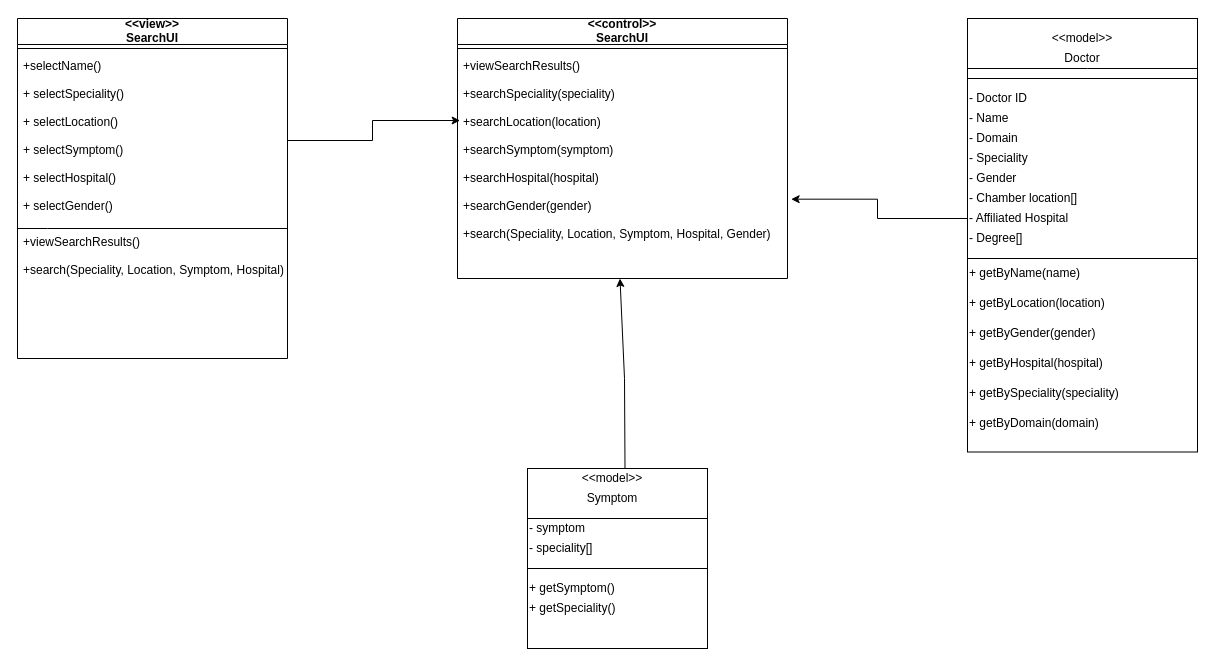
Earlier version of the draw.io diagram page "Search" (2 of 5) of Untitled Diagram.drawio (SaffatZabin-17/CSE-326-Information-System-Design-Sessional-). Source tidied: cells renumbered, new cells numbered last; positions are measured from the earlier drawing's top-left corner, leaving out a move shared by most shapes. Both pictures are drawn from the tidied source at 100%, with x=0, y=0 at pixel (17, 18).
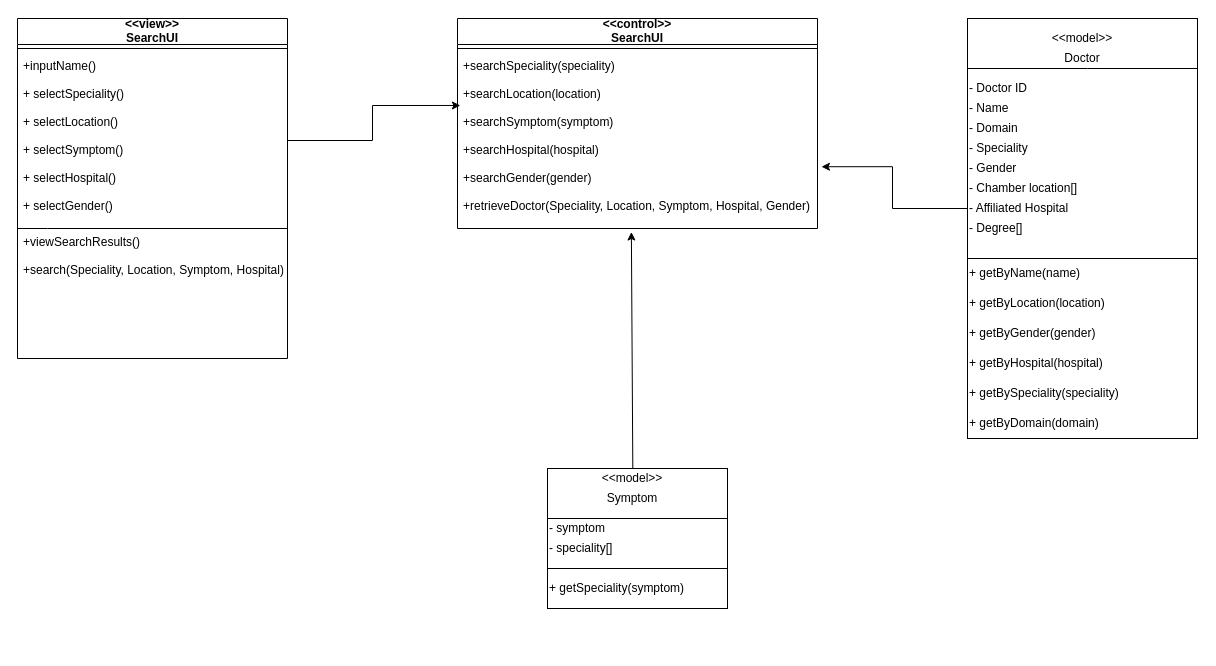
The same page after the edit.

The change refers to these unchanged cells:
```xml
<mxCell id="2" value="&lt;&lt;view&gt;&gt;&#10;SearchUI&#10;" style="swimlane;fontStyle=1;align=center;verticalAlign=middle;horizontal=1;startSize=26;rounded=0;shadow=0;strokeWidth=1;spacing=6;spacingTop=12;" parent="1" vertex="1">
  <mxGeometry width="270" height="340" as="geometry" />
</mxCell>
```

The edit, as a diff of the source:
```diff
@@
-    <mxCell id="4" value="+selectName()&#10;&#10;+ selectSpeciality()&#10;&#10;+ selectLocation()&#10;&#10;+ selectSymptom()&#10;&#10;+ selectHospital()&#10;&#10;+ selectGender()" style="text;align=left;verticalAlign=top;spacingLeft=4;spacingRight=4;overflow=hidden;points=[[0,0.5],[1,0.5]];portConstraint=eastwest;" parent="2" vertex="1">
+    <mxCell id="4" value="+inputName()&#10;&#10;+ selectSpeciality()&#10;&#10;+ selectLocation()&#10;&#10;+ selectSymptom()&#10;&#10;+ selectHospital()&#10;&#10;+ selectGender()" style="text;align=left;verticalAlign=top;spacingLeft=4;spacingRight=4;overflow=hidden;points=[[0,0.5],[1,0.5]];portConstraint=eastwest;" parent="2" vertex="1">
       <mxGeometry y="34" width="270" height="176" as="geometry" />
     </mxCell>
@@
     <mxCell id="7" style="rounded=0;whiteSpace=wrap;html=1;" parent="1" vertex="1">
-      <mxGeometry x="950" width="230" height="433.5" as="geometry" />
+      <mxGeometry x="950" width="230" height="420" as="geometry" />
     </mxCell>
@@
     <mxCell id="11" style="rounded=0;whiteSpace=wrap;html=1;" parent="1" vertex="1">
-      <mxGeometry x="510" y="450" width="180" height="180" as="geometry" />
+      <mxGeometry x="530" y="450" width="180" height="140" as="geometry" />
     </mxCell>
     <mxCell id="12" style="endArrow=none;html=1;rounded=0;" parent="1" edge="1" target="11">
       <mxGeometry relative="1" as="geometry">
-        <mxPoint x="510" y="500" as="sourcePoint" />
+        <mxPoint x="530" y="500" as="sourcePoint" />
         <Array as="points">
-          <mxPoint x="690" y="500" />
+          <mxPoint x="710" y="500" />
         </Array>
       </mxGeometry>
     </mxCell>
     <mxCell id="13" value="&amp;lt;&amp;lt;model&amp;gt;&amp;gt;" style="text;html=1;strokeColor=none;fillColor=none;align=center;verticalAlign=middle;whiteSpace=wrap;rounded=0;" parent="1" vertex="1">
-      <mxGeometry x="565" y="450" width="60" height="20" as="geometry" />
+      <mxGeometry x="585" y="450" width="60" height="20" as="geometry" />
     </mxCell>
     <mxCell id="14" value="Symptom" style="text;html=1;strokeColor=none;fillColor=none;align=center;verticalAlign=middle;whiteSpace=wrap;rounded=0;" parent="1" vertex="1">
-      <mxGeometry x="565" y="470" width="60" height="20" as="geometry" />
+      <mxGeometry x="585" y="470" width="60" height="20" as="geometry" />
     </mxCell>
     <mxCell id="15" value="- symptom" style="text;html=1;strokeColor=none;fillColor=none;align=left;verticalAlign=middle;whiteSpace=wrap;rounded=0;" parent="1" vertex="1">
-      <mxGeometry x="510" y="500" width="180" height="20" as="geometry" />
+      <mxGeometry x="530" y="500" width="180" height="20" as="geometry" />
     </mxCell>
     <mxCell id="16" value="- speciality[]" style="text;html=1;strokeColor=none;fillColor=none;align=left;verticalAlign=middle;whiteSpace=wrap;rounded=0;" parent="1" vertex="1">
-      <mxGeometry x="510" y="520" width="180" height="20" as="geometry" />
+      <mxGeometry x="530" y="520" width="180" height="20" as="geometry" />
     </mxCell>
     <mxCell id="17" style="endArrow=none;html=1;rounded=0;" parent="1" edge="1">
       <mxGeometry relative="1" as="geometry">
-        <mxPoint x="510" y="550" as="sourcePoint" />
-        <mxPoint x="690" y="550" as="targetPoint" />
+        <mxPoint x="530" y="550" as="sourcePoint" />
+        <mxPoint x="710" y="550" as="targetPoint" />
         <Array as="points">
-          <mxPoint x="690" y="550" />
+          <mxPoint x="710" y="550" />
         </Array>
       </mxGeometry>
     </mxCell>
-    <mxCell id="18" value="+ getSymptom()" style="text;html=1;strokeColor=none;fillColor=none;align=left;verticalAlign=middle;whiteSpace=wrap;rounded=0;" parent="1" vertex="1">
-      <mxGeometry x="510" y="560" width="180" height="20" as="geometry" />
-    </mxCell>
-    <mxCell id="19" value="+ getSpeciality()" style="text;html=1;strokeColor=none;fillColor=none;align=left;verticalAlign=middle;whiteSpace=wrap;rounded=0;" parent="1" vertex="1">
-      <mxGeometry x="510" y="580" width="180" height="20" as="geometry" />
+    <mxCell id="19" value="+ getSpeciality(symptom)" style="text;html=1;strokeColor=none;fillColor=none;align=left;verticalAlign=middle;whiteSpace=wrap;rounded=0;" parent="1" vertex="1">
+      <mxGeometry x="530" y="560" width="180" height="20" as="geometry" />
     </mxCell>
     <mxCell id="20" value="- Doctor ID" style="text;html=1;strokeColor=none;fillColor=none;align=left;verticalAlign=middle;whiteSpace=wrap;rounded=0;" parent="1" vertex="1">
-      <mxGeometry x="950" y="70" width="230" height="20" as="geometry" />
+      <mxGeometry x="950" y="60" width="230" height="20" as="geometry" />
     </mxCell>
     <mxCell id="21" value="- Name" style="text;html=1;strokeColor=none;fillColor=none;align=left;verticalAlign=middle;whiteSpace=wrap;rounded=0;" parent="1" vertex="1">
-      <mxGeometry x="950" y="90" width="230" height="20" as="geometry" />
+      <mxGeometry x="950" y="80" width="230" height="20" as="geometry" />
     </mxCell>
     <mxCell id="22" value="- Speciality" style="text;html=1;strokeColor=none;fillColor=none;align=left;verticalAlign=middle;whiteSpace=wrap;rounded=0;" parent="1" vertex="1">
-      <mxGeometry x="950" y="130" width="230" height="20" as="geometry" />
+      <mxGeometry x="950" y="120" width="230" height="20" as="geometry" />
     </mxCell>
     <mxCell id="23" value="- Gender" style="text;html=1;strokeColor=none;fillColor=none;align=left;verticalAlign=middle;whiteSpace=wrap;rounded=0;" parent="1" vertex="1">
-      <mxGeometry x="950" y="150" width="230" height="20" as="geometry" />
+      <mxGeometry x="950" y="140" width="230" height="20" as="geometry" />
     </mxCell>
     <mxCell id="24" value="- Chamber location[]" style="text;html=1;strokeColor=none;fillColor=none;align=left;verticalAlign=middle;whiteSpace=wrap;rounded=0;" parent="1" vertex="1">
-      <mxGeometry x="950" y="170" width="230" height="20" as="geometry" />
+      <mxGeometry x="950" y="160" width="230" height="20" as="geometry" />
     </mxCell>
@@
     <mxCell id="26" value="- Affiliated Hospital" style="text;html=1;strokeColor=none;fillColor=none;align=left;verticalAlign=middle;whiteSpace=wrap;rounded=0;" parent="1" vertex="1">
-      <mxGeometry x="950" y="190" width="230" height="20" as="geometry" />
+      <mxGeometry x="950" y="180" width="230" height="20" as="geometry" />
     </mxCell>
     <mxCell id="27" value="- Degree[]" style="text;html=1;strokeColor=none;fillColor=none;align=left;verticalAlign=middle;whiteSpace=wrap;rounded=0;" parent="1" vertex="1">
-      <mxGeometry x="950" y="210" width="230" height="20" as="geometry" />
+      <mxGeometry x="950" y="200" width="230" height="20" as="geometry" />
     </mxCell>
-    <mxCell id="28" style="endArrow=none;html=1;rounded=0;entryX=1;entryY=0;entryDx=0;entryDy=0;" parent="1" edge="1">
-      <mxGeometry relative="1" as="geometry">
-        <mxPoint x="950" y="60" as="sourcePoint" />
-        <mxPoint x="1180" y="60" as="targetPoint" />
-      </mxGeometry>
-    </mxCell>
     <mxCell id="29" value="&lt;&lt;control&gt;&gt;&#10;SearchUI&#10;" style="swimlane;fontStyle=1;align=center;verticalAlign=middle;horizontal=1;startSize=26;rounded=0;shadow=0;strokeWidth=1;spacing=6;spacingTop=12;" parent="1" vertex="1">
-      <mxGeometry x="440" width="330" height="260" as="geometry" />
+      <mxGeometry x="440" width="360" height="210" as="geometry" />
     </mxCell>
     <mxCell id="30" style="line;html=1;strokeWidth=1;align=left;verticalAlign=middle;spacingTop=-1;spacingLeft=3;spacingRight=3;labelPosition=right;" parent="29" vertex="1">
-      <mxGeometry y="26" width="330" height="8" as="geometry" />
+      <mxGeometry y="26" width="360" height="8" as="geometry" />
     </mxCell>
-    <mxCell id="31" value="+viewSearchResults()&#10;&#10;+searchSpeciality(speciality)&#10;&#10;+searchLocation(location)&#10;&#10;+searchSymptom(symptom)&#10;&#10;+searchHospital(hospital)&#10;&#10;+searchGender(gender)&#10;&#10;+search(Speciality, Location, Symptom, Hospital, Gender)" style="text;align=left;verticalAlign=top;spacingLeft=4;spacingRight=4;overflow=hidden;points=[[0,0.5],[1,0.5]];portConstraint=eastwest;" parent="29" vertex="1">
-      <mxGeometry y="34" width="330" height="226" as="geometry" />
+    <mxCell id="31" value="+searchSpeciality(speciality)&#10;&#10;+searchLocation(location)&#10;&#10;+searchSymptom(symptom)&#10;&#10;+searchHospital(hospital)&#10;&#10;+searchGender(gender)&#10;&#10;+retrieveDoctor(Speciality, Location, Symptom, Hospital, Gender)" style="text;align=left;verticalAlign=top;spacingLeft=4;spacingRight=4;overflow=hidden;points=[[0,0.5],[1,0.5]];portConstraint=eastwest;" parent="29" vertex="1">
+      <mxGeometry y="34" width="360" height="176" as="geometry" />
     </mxCell>
@@
     <mxCell id="33" value="- Domain" style="text;html=1;strokeColor=none;fillColor=none;align=left;verticalAlign=middle;whiteSpace=wrap;rounded=0;" parent="1" vertex="1">
-      <mxGeometry x="950" y="110" width="230" height="20" as="geometry" />
+      <mxGeometry x="950" y="100" width="230" height="20" as="geometry" />
     </mxCell>
-    <mxCell id="34" style="endArrow=classic;html=1;rounded=0;exitX=0.5;exitY=0;exitDx=0;exitDy=0;" parent="1" edge="1">
-      <mxGeometry relative="1" as="geometry">
-        <mxPoint x="607.5" y="450" as="sourcePoint" />
-        <mxPoint x="602.5" y="260" as="targetPoint" />
-        <Array as="points">
-          <mxPoint x="607" y="360" />
-        </Array>
-      </mxGeometry>
-    </mxCell>
@@
+    <mxCell id="42" style="endArrow=classic;html=1;rounded=0;entryX=0.483;entryY=1.02;entryDx=0;entryDy=0;entryPerimeter=0;exitX=0.474;exitY=0.002;exitDx=0;exitDy=0;exitPerimeter=0;" parent="1" edge="1" source="11" target="31">
+      <mxGeometry relative="1" as="geometry" />
+    </mxCell>
```
